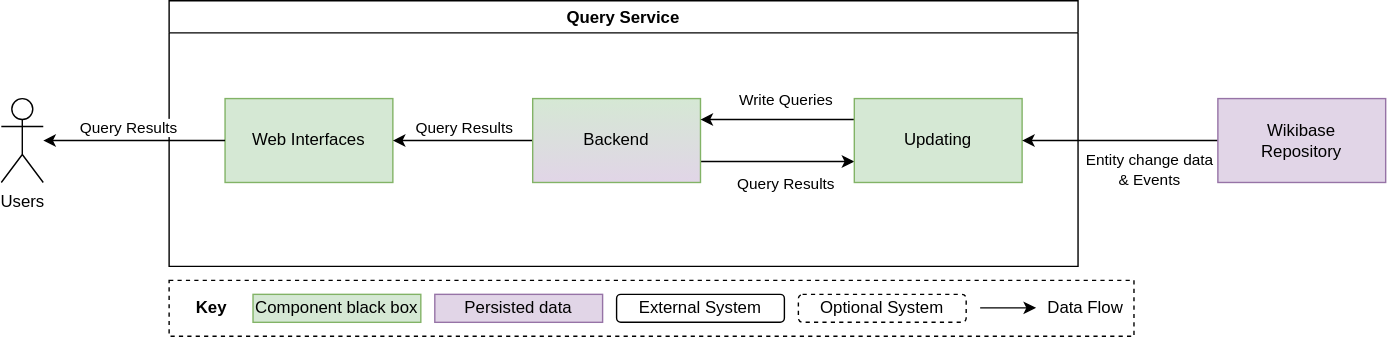
The draw.io diagram systems/Query/diagrams/05-00-building-blocks.drawio.svg in wmde/wikidata-wikibase-architecture, before a commit. Source tidied: cells renumbered, new cells last; positions are measured from the earlier drawing's top-left corner, leaving out a move shared by most shapes.
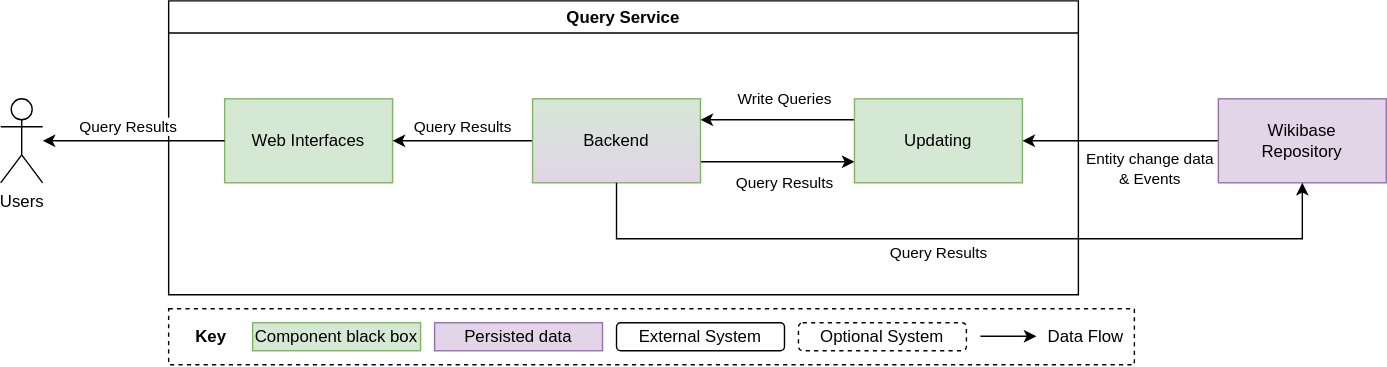
After the change.

Commit message:
Add repo reading from query service

Change to the diagram source:
```diff
@@ -3,7 +3,7 @@
     <mxCell id="0" />
     <mxCell id="1" parent="0" />
     <mxCell id="2" value="Query Service" style="swimlane;" parent="1" vertex="1">
-      <mxGeometry x="120" width="650" height="190" as="geometry" />
+      <mxGeometry x="120" y="-20" width="650" height="210" as="geometry" />
     </mxCell>
     <mxCell id="3" value="Web Interfaces" style="rounded=0;whiteSpace=wrap;html=1;fillColor=#d5e8d4;strokeColor=#82b366;" parent="2" vertex="1">
       <mxGeometry x="40" y="70" width="120" height="60" as="geometry" />
@@ -47,10 +47,10 @@
       </mxGeometry>
     </mxCell>
     <mxCell id="14" value="Wikibase&lt;br&gt;Repository" style="rounded=0;whiteSpace=wrap;html=1;fillColor=#e1d5e7;strokeColor=#9673a6;" parent="1" vertex="1">
-      <mxGeometry x="870" y="70" width="120" height="60" as="geometry" />
+      <mxGeometry x="870" y="50" width="120" height="60" as="geometry" />
     </mxCell>
     <mxCell id="15" value="Users" style="shape=umlActor;verticalLabelPosition=bottom;verticalAlign=top;html=1;outlineConnect=0;" parent="1" vertex="1">
-      <mxGeometry y="70" width="30" height="60" as="geometry" />
+      <mxGeometry y="50" width="30" height="60" as="geometry" />
     </mxCell>
     <mxCell id="16" style="rounded=0;whiteSpace=wrap;html=1;fillColor=none;dashed=1;" parent="1" vertex="1">
       <mxGeometry x="120" y="200" width="690" height="40" as="geometry" />
@@ -87,5 +87,18 @@
         <mxPoint x="16" y="-10" as="offset" />
       </mxGeometry>
     </mxCell>
+    <mxCell id="26" style="edgeStyle=orthogonalEdgeStyle;rounded=0;jettySize=auto;html=1;entryX=0.5;entryY=1;entryDx=0;entryDy=0;" parent="1" edge="1" source="8" target="14">
+      <mxGeometry relative="1" as="geometry">
+        <Array as="points">
+          <mxPoint x="440" y="150" />
+          <mxPoint x="930" y="150" />
+        </Array>
+      </mxGeometry>
+    </mxCell>
+    <mxCell id="27" value="Query Results" style="edgeLabel;html=1;align=center;verticalAlign=middle;" parent="26" vertex="1">
+      <mxGeometry x="-0.2" relative="1" as="geometry">
+        <mxPoint x="43" y="10" as="offset" />
+      </mxGeometry>
+    </mxCell>
   </root>
 </mxGraphModel>
```
